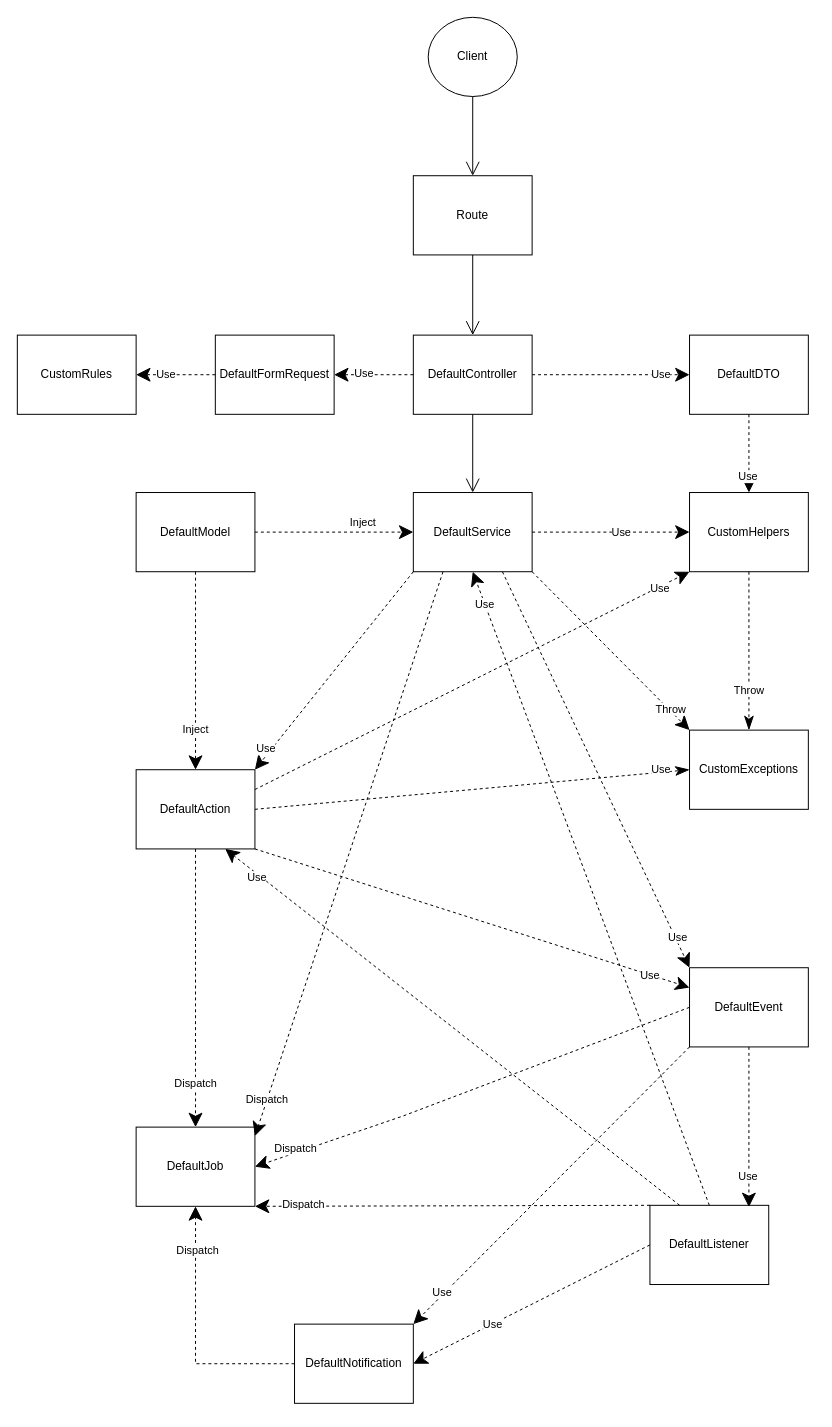
Before: structure-laravel.drawio in SilvioLucasDev/diagrams, a draw.io diagram. Source tidied: cells renumbered, new cells numbered last; positions are measured from the earlier drawing's top-left corner, leaving out a move shared by most shapes. Both pictures are drawn from the tidied source at 99%, with x=0, y=0 at pixel (17, 17).
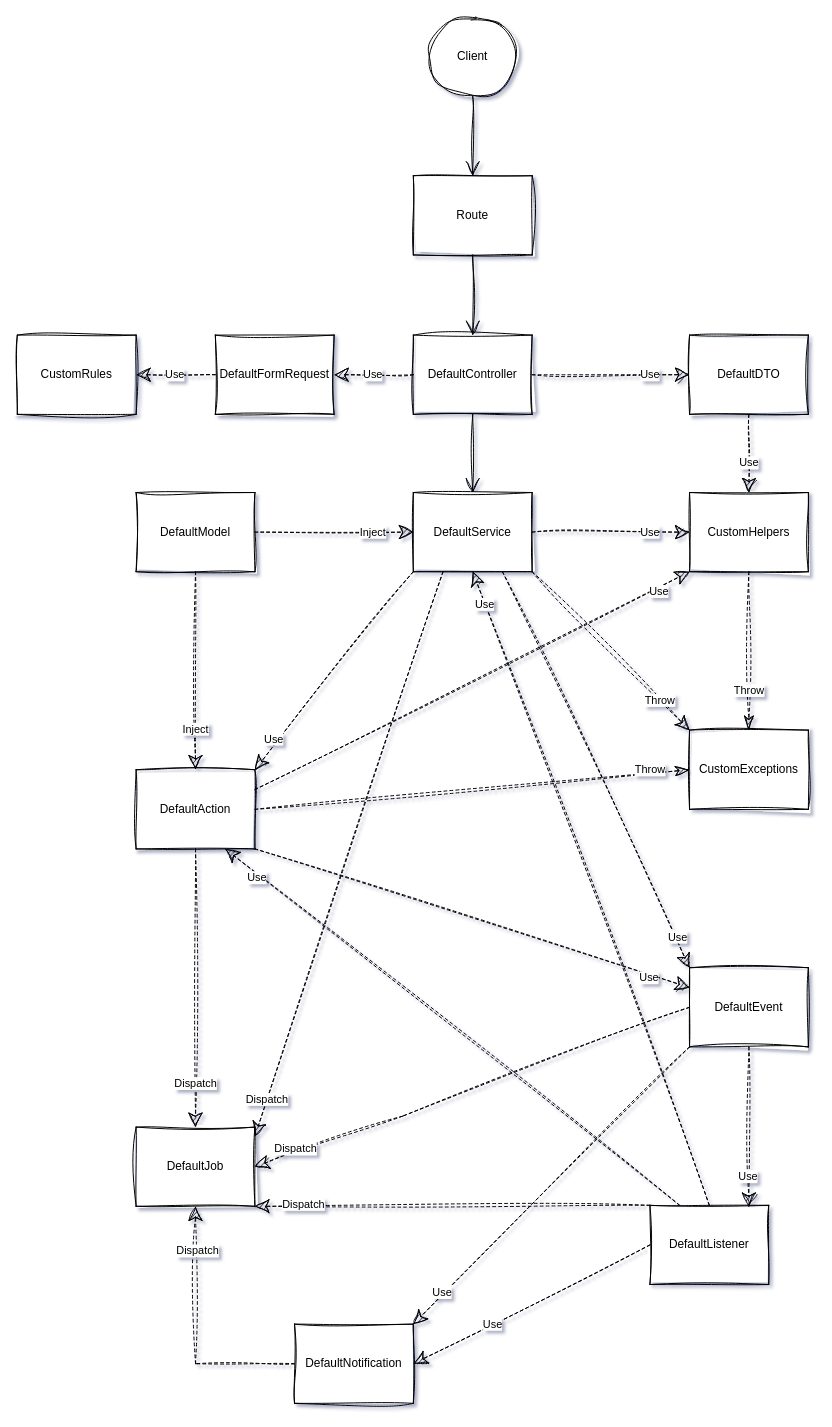
The same page after the edit.

The edit, as a diff of the source:
```diff
@@
-<mxGraphModel>
+<mxGraphModel shadow="1">
@@
-    <mxCell id="2" value="DefaultController" style="html=1;whiteSpace=wrap;" parent="1" vertex="1">
+    <mxCell id="2" value="DefaultController" style="html=1;whiteSpace=wrap;sketch=1;curveFitting=1;jiggle=2;" parent="1" vertex="1">
       <mxGeometry x="400" y="321" width="120" height="80" as="geometry" />
     </mxCell>
-    <mxCell id="3" value="DefaultFormRequest" style="html=1;whiteSpace=wrap;" parent="1" vertex="1">
+    <mxCell id="3" value="DefaultFormRequest" style="html=1;whiteSpace=wrap;sketch=1;curveFitting=1;jiggle=2;" parent="1" vertex="1">
       <mxGeometry x="200" y="321" width="120" height="80" as="geometry" />
     </mxCell>
-    <mxCell id="4" value="DefaultService" style="html=1;whiteSpace=wrap;" parent="1" vertex="1">
+    <mxCell id="4" value="DefaultService" style="html=1;whiteSpace=wrap;sketch=1;curveFitting=1;jiggle=2;" parent="1" vertex="1">
       <mxGeometry x="400" y="480" width="120" height="80" as="geometry" />
     </mxCell>
-    <mxCell id="5" value="DefaultDTO" style="html=1;whiteSpace=wrap;" parent="1" vertex="1">
+    <mxCell id="5" value="DefaultDTO" style="html=1;whiteSpace=wrap;sketch=1;curveFitting=1;jiggle=2;" parent="1" vertex="1">
       <mxGeometry x="679" y="321" width="120" height="80" as="geometry" />
     </mxCell>
-    <mxCell id="6" value="DefaultModel" style="html=1;whiteSpace=wrap;" parent="1" vertex="1">
+    <mxCell id="6" value="DefaultModel" style="html=1;whiteSpace=wrap;sketch=1;curveFitting=1;jiggle=2;" parent="1" vertex="1">
       <mxGeometry x="120" y="480" width="120" height="80" as="geometry" />
     </mxCell>
-    <mxCell id="7" value="DefaultAction" style="html=1;whiteSpace=wrap;" parent="1" vertex="1">
+    <mxCell id="7" value="DefaultAction" style="html=1;whiteSpace=wrap;sketch=1;curveFitting=1;jiggle=2;" parent="1" vertex="1">
       <mxGeometry x="120" y="760" width="120" height="80" as="geometry" />
     </mxCell>
-    <mxCell id="8" value="CustomHelpers" style="html=1;whiteSpace=wrap;" parent="1" vertex="1">
+    <mxCell id="8" value="CustomHelpers" style="html=1;whiteSpace=wrap;sketch=1;curveFitting=1;jiggle=2;" parent="1" vertex="1">
       <mxGeometry x="679" y="480" width="120" height="80" as="geometry" />
     </mxCell>
-    <mxCell id="9" value="CustomRules" style="html=1;whiteSpace=wrap;" parent="1" vertex="1">
+    <mxCell id="9" value="CustomRules" style="html=1;whiteSpace=wrap;sketch=1;curveFitting=1;jiggle=2;" parent="1" vertex="1">
       <mxGeometry y="321" width="120" height="80" as="geometry" />
     </mxCell>
-    <mxCell id="10" style="edgeStyle=orthogonalEdgeStyle;rounded=0;orthogonalLoop=1;jettySize=auto;html=1;exitX=0.5;exitY=1;exitDx=0;exitDy=0;" parent="1" edge="1" source="2" target="2">
+    <mxCell id="10" style="edgeStyle=orthogonalEdgeStyle;rounded=0;orthogonalLoop=1;jettySize=auto;html=1;exitX=0.5;exitY=1;exitDx=0;exitDy=0;sketch=1;curveFitting=1;jiggle=2;" parent="1" edge="1" source="2" target="2">
       <mxGeometry relative="1" as="geometry" />
     </mxCell>
-    <mxCell id="11" style="endArrow=open;endFill=1;endSize=12;html=1;rounded=0;exitX=0.5;exitY=1;exitDx=0;exitDy=0;entryX=0.5;entryY=0;entryDx=0;entryDy=0;" parent="1" edge="1" source="2" target="4">
+    <mxCell id="11" style="endArrow=open;endFill=1;endSize=12;html=1;rounded=0;exitX=0.5;exitY=1;exitDx=0;exitDy=0;entryX=0.5;entryY=0;entryDx=0;entryDy=0;sketch=1;curveFitting=1;jiggle=2;" parent="1" edge="1" source="2" target="4">
       <mxGeometry relative="1" as="geometry" />
     </mxCell>
-    <mxCell id="12" value="Client" style="ellipse;whiteSpace=wrap;html=1;" parent="1" vertex="1">
+    <mxCell id="12" value="Client" style="ellipse;whiteSpace=wrap;html=1;sketch=1;curveFitting=1;jiggle=2;" parent="1" vertex="1">
       <mxGeometry x="415" width="90" height="80" as="geometry" />
     </mxCell>
-    <mxCell id="13" style="endArrow=open;endFill=1;endSize=12;html=1;rounded=0;exitX=0.5;exitY=1;exitDx=0;exitDy=0;entryX=0.5;entryY=0;entryDx=0;entryDy=0;" parent="1" edge="1" source="12" target="38">
+    <mxCell id="13" style="endArrow=open;endFill=1;endSize=12;html=1;rounded=0;exitX=0.5;exitY=1;exitDx=0;exitDy=0;entryX=0.5;entryY=0;entryDx=0;entryDy=0;sketch=1;curveFitting=1;jiggle=2;" parent="1" edge="1" source="12" target="38">
       <mxGeometry relative="1" as="geometry" />
     </mxCell>
-    <mxCell id="14" value="CustomExceptions" style="html=1;whiteSpace=wrap;" parent="1" vertex="1">
+    <mxCell id="14" value="CustomExceptions" style="html=1;whiteSpace=wrap;sketch=1;curveFitting=1;jiggle=2;" parent="1" vertex="1">
       <mxGeometry x="679" y="720" width="120" height="80" as="geometry" />
     </mxCell>
-    <mxCell id="15" value="Throw" style="endArrow=classic;endSize=12;dashed=1;html=1;rounded=0;exitX=1;exitY=1;exitDx=0;exitDy=0;entryX=0;entryY=0;entryDx=0;entryDy=0;endFill=1;" parent="1" edge="1" source="4" target="14">
-      <mxGeometry x="0.75" y="1" relative="1" as="geometry" />
+    <mxCell id="15" value="Throw" style="endArrow=classic;endSize=12;dashed=1;html=1;rounded=0;exitX=1;exitY=1;exitDx=0;exitDy=0;entryX=0;entryY=0;entryDx=0;entryDy=0;endFill=1;sketch=1;curveFitting=1;jiggle=2;" parent="1" edge="1" source="4" target="14">
+      <mxGeometry x="0.62" relative="1" as="geometry" />
     </mxCell>
-    <mxCell id="16" value="Use" style="endArrow=classicThin;endSize=12;dashed=1;html=1;rounded=0;entryX=0;entryY=0.5;entryDx=0;entryDy=0;exitX=1;exitY=0.5;exitDx=0;exitDy=0;endFill=1;" parent="1" edge="1" source="7" target="14">
-      <mxGeometry x="0.87" y="3" relative="1" as="geometry" />
+    <mxCell id="16" value="Throw" style="endArrow=classicThin;endSize=12;dashed=1;html=1;rounded=0;entryX=0;entryY=0.5;entryDx=0;entryDy=0;exitX=1;exitY=0.5;exitDx=0;exitDy=0;endFill=1;sketch=1;curveFitting=1;jiggle=2;" parent="1" edge="1" source="7" target="14">
+      <mxGeometry x="0.82" y="4" relative="1" as="geometry" />
     </mxCell>
-    <mxCell id="17" value="Inject" style="endArrow=classic;endSize=12;dashed=1;html=1;rounded=0;entryX=0;entryY=0.5;entryDx=0;entryDy=0;endFill=1;exitX=1;exitY=0.5;exitDx=0;exitDy=0;" parent="1" edge="1" source="6" target="4">
-      <mxGeometry x="0.36" y="10" relative="1" as="geometry" />
+    <mxCell id="17" value="Inject" style="endArrow=classic;endSize=12;dashed=1;html=1;rounded=0;entryX=0;entryY=0.5;entryDx=0;entryDy=0;endFill=1;exitX=1;exitY=0.5;exitDx=0;exitDy=0;sketch=1;curveFitting=1;jiggle=2;" parent="1" edge="1" source="6" target="4">
+      <mxGeometry x="0.49" relative="1" as="geometry" />
     </mxCell>
-    <mxCell id="18" value="Inject" style="endArrow=classic;endSize=12;dashed=1;html=1;rounded=0;exitX=0.5;exitY=1;exitDx=0;exitDy=0;entryX=0.5;entryY=0;entryDx=0;entryDy=0;endFill=1;" parent="1" edge="1" source="6" target="7">
+    <mxCell id="18" value="Inject" style="endArrow=classic;endSize=12;dashed=1;html=1;rounded=0;exitX=0.5;exitY=1;exitDx=0;exitDy=0;entryX=0.5;entryY=0;entryDx=0;entryDy=0;endFill=1;sketch=1;curveFitting=1;jiggle=2;" parent="1" edge="1" source="6" target="7">
       <mxGeometry x="0.59" relative="1" as="geometry" />
     </mxCell>
-    <mxCell id="19" value="Use" style="endArrow=classic;endSize=12;dashed=1;html=1;rounded=0;exitX=0.5;exitY=1;exitDx=0;exitDy=0;endFill=1;" parent="1" edge="1" source="5" target="8">
-      <mxGeometry x="0.59" y="-1" relative="1" as="geometry" />
+    <mxCell id="19" value="Use" style="endArrow=classic;endSize=12;dashed=1;html=1;rounded=0;exitX=0.5;exitY=1;exitDx=0;exitDy=0;endFill=1;sketch=1;curveFitting=1;jiggle=2;" parent="1" edge="1" source="5" target="8">
+      <mxGeometry x="0.24" relative="1" as="geometry" />
     </mxCell>
-    <mxCell id="20" value="Use" style="endArrow=classic;endSize=12;dashed=1;html=1;rounded=0;exitX=1;exitY=0.5;exitDx=0;exitDy=0;endFill=1;" parent="1" edge="1" source="4" target="8">
-      <mxGeometry x="0.13" relative="1" as="geometry" />
+    <mxCell id="20" value="Use" style="endArrow=classic;endSize=12;dashed=1;html=1;rounded=0;exitX=1;exitY=0.5;exitDx=0;exitDy=0;endFill=1;sketch=1;curveFitting=1;jiggle=2;" parent="1" edge="1" source="4" target="8">
+      <mxGeometry x="0.5" relative="1" as="geometry" />
     </mxCell>
-    <mxCell id="21" value="Use" style="endArrow=classic;endSize=12;dashed=1;html=1;rounded=0;exitX=1;exitY=0.25;exitDx=0;exitDy=0;endFill=1;entryX=0;entryY=1;entryDx=0;entryDy=0;" parent="1" edge="1" source="7" target="8">
-      <mxGeometry x="0.86" y="-2" relative="1" as="geometry" />
+    <mxCell id="21" value="Use" style="endArrow=classic;endSize=12;dashed=1;html=1;rounded=0;exitX=1;exitY=0.25;exitDx=0;exitDy=0;endFill=1;entryX=0;entryY=1;entryDx=0;entryDy=0;sketch=1;curveFitting=1;jiggle=2;" parent="1" edge="1" source="7" target="8">
+      <mxGeometry x="0.85" y="-4" relative="1" as="geometry" />
     </mxCell>
-    <mxCell id="22" value="Use" style="endArrow=classic;endSize=12;dashed=1;html=1;rounded=0;exitX=1;exitY=0.5;exitDx=0;exitDy=0;endFill=1;entryX=0;entryY=0.5;entryDx=0;entryDy=0;" parent="1" edge="1" source="2" target="5">
-      <mxGeometry x="0.64" relative="1" as="geometry" />
+    <mxCell id="22" value="Use" style="endArrow=classic;endSize=12;dashed=1;html=1;rounded=0;exitX=1;exitY=0.5;exitDx=0;exitDy=0;endFill=1;entryX=0;entryY=0.5;entryDx=0;entryDy=0;sketch=1;curveFitting=1;jiggle=2;" parent="1" edge="1" source="2" target="5">
+      <mxGeometry x="0.5" relative="1" as="geometry" />
     </mxCell>
-    <mxCell id="23" value="DefaultEvent" style="html=1;whiteSpace=wrap;" parent="1" vertex="1">
+    <mxCell id="23" value="DefaultEvent" style="html=1;whiteSpace=wrap;sketch=1;curveFitting=1;jiggle=2;" parent="1" vertex="1">
       <mxGeometry x="679" y="960" width="120" height="80" as="geometry" />
     </mxCell>
-    <mxCell id="24" value="DefaultJob" style="html=1;whiteSpace=wrap;" parent="1" vertex="1">
+    <mxCell id="24" value="DefaultJob" style="html=1;whiteSpace=wrap;sketch=1;curveFitting=1;jiggle=2;" parent="1" vertex="1">
       <mxGeometry x="120" y="1121" width="120" height="80" as="geometry" />
     </mxCell>
-    <mxCell id="25" value="DefaultListener" style="html=1;whiteSpace=wrap;" parent="1" vertex="1">
+    <mxCell id="25" value="DefaultListener" style="html=1;whiteSpace=wrap;sketch=1;curveFitting=1;jiggle=2;" parent="1" vertex="1">
       <mxGeometry x="639" y="1200" width="120" height="80" as="geometry" />
     </mxCell>
-    <mxCell id="26" value="Use" style="endArrow=classic;endSize=12;dashed=1;html=1;rounded=0;exitX=0;exitY=1;exitDx=0;exitDy=0;endFill=1;entryX=1;entryY=0;entryDx=0;entryDy=0;" parent="1" edge="1" source="4" target="7">
-      <mxGeometry x="0.82" y="-5" relative="1" as="geometry" />
+    <mxCell id="26" value="Use" style="endArrow=classic;endSize=12;dashed=1;html=1;rounded=0;exitX=0;exitY=1;exitDx=0;exitDy=0;endFill=1;entryX=1;entryY=0;entryDx=0;entryDy=0;sketch=1;curveFitting=1;jiggle=2;" parent="1" edge="1" source="4" target="7">
+      <mxGeometry x="0.72" y="-4" relative="1" as="geometry" />
     </mxCell>
-    <mxCell id="27" value="Use" style="endArrow=classic;endSize=12;dashed=1;html=1;rounded=0;endFill=1;exitX=0.5;exitY=1;exitDx=0;exitDy=0;entryX=0.833;entryY=0.022;entryDx=0;entryDy=0;entryPerimeter=0;" parent="1" edge="1" source="23" target="25">
+    <mxCell id="27" value="Use" style="endArrow=classic;endSize=12;dashed=1;html=1;rounded=0;endFill=1;exitX=0.5;exitY=1;exitDx=0;exitDy=0;entryX=0.833;entryY=0.022;entryDx=0;entryDy=0;entryPerimeter=0;sketch=1;curveFitting=1;jiggle=2;" parent="1" edge="1" source="23" target="25">
       <mxGeometry x="0.62" y="-1" relative="1" as="geometry" />
     </mxCell>
-    <mxCell id="28" value="Dispatch" style="endArrow=classic;endSize=12;dashed=1;html=1;rounded=0;endFill=1;exitX=0;exitY=0;exitDx=0;exitDy=0;entryX=1;entryY=1;entryDx=0;entryDy=0;" parent="1" edge="1" source="25" target="24">
+    <mxCell id="28" value="Dispatch" style="endArrow=classic;endSize=12;dashed=1;html=1;rounded=0;endFill=1;exitX=0;exitY=0;exitDx=0;exitDy=0;entryX=1;entryY=1;entryDx=0;entryDy=0;sketch=1;curveFitting=1;jiggle=2;" parent="1" edge="1" source="25" target="24">
       <mxGeometry x="0.76" y="-2" relative="1" as="geometry">
         <mxPoint x="1" as="offset" />
       </mxGeometry>
     </mxCell>
-    <mxCell id="29" value="Dispatch" style="endArrow=classic;endSize=12;dashed=1;html=1;rounded=0;endFill=1;entryX=1;entryY=0.114;entryDx=0;entryDy=0;exitX=0.25;exitY=1;exitDx=0;exitDy=0;entryPerimeter=0;" parent="1" edge="1" source="4" target="24">
+    <mxCell id="29" value="Dispatch" style="endArrow=classic;endSize=12;dashed=1;html=1;rounded=0;endFill=1;entryX=1;entryY=0.114;entryDx=0;entryDy=0;exitX=0.25;exitY=1;exitDx=0;exitDy=0;entryPerimeter=0;sketch=1;curveFitting=1;jiggle=2;" parent="1" edge="1" source="4" target="24">
       <mxGeometry x="0.87" y="-1" relative="1" as="geometry">
         <mxPoint x="1" as="offset" />
       </mxGeometry>
     </mxCell>
-    <mxCell id="30" value="Dispatch" style="endArrow=classic;endSize=12;dashed=1;html=1;rounded=0;endFill=1;exitX=0;exitY=0.5;exitDx=0;exitDy=0;entryX=1;entryY=0.5;entryDx=0;entryDy=0;" parent="1" edge="1" source="23" target="24">
+    <mxCell id="30" value="Dispatch" style="endArrow=classic;endSize=12;dashed=1;html=1;rounded=0;endFill=1;exitX=0;exitY=0.5;exitDx=0;exitDy=0;entryX=1;entryY=0.5;entryDx=0;entryDy=0;sketch=1;curveFitting=1;jiggle=2;" parent="1" edge="1" source="23" target="24">
       <mxGeometry x="0.81" y="-4" relative="1" as="geometry">
         <Array as="points">
           <mxPoint x="389" y="1110" />
         </Array>
       </mxGeometry>
     </mxCell>
-    <mxCell id="31" value="Dispatch" style="endArrow=classic;endSize=12;dashed=1;html=1;rounded=0;endFill=1;exitX=0.5;exitY=1;exitDx=0;exitDy=0;entryX=0.5;entryY=0;entryDx=0;entryDy=0;" parent="1" edge="1" source="7" target="24">
+    <mxCell id="31" value="Dispatch" style="endArrow=classic;endSize=12;dashed=1;html=1;rounded=0;endFill=1;exitX=0.5;exitY=1;exitDx=0;exitDy=0;entryX=0.5;entryY=0;entryDx=0;entryDy=0;sketch=1;curveFitting=1;jiggle=2;" parent="1" edge="1" source="7" target="24">
       <mxGeometry x="0.69" relative="1" as="geometry" />
     </mxCell>
-    <mxCell id="32" value="Use" style="endArrow=classic;endSize=12;dashed=1;html=1;rounded=0;endFill=1;entryX=0;entryY=0.25;entryDx=0;entryDy=0;exitX=1;exitY=1;exitDx=0;exitDy=0;" parent="1" edge="1" source="7" target="23">
-      <mxGeometry x="0.82" y="-1" relative="1" as="geometry" />
+    <mxCell id="32" value="Use" style="endArrow=classic;endSize=12;dashed=1;html=1;rounded=0;endFill=1;entryX=0;entryY=0.25;entryDx=0;entryDy=0;exitX=1;exitY=1;exitDx=0;exitDy=0;sketch=1;curveFitting=1;jiggle=2;" parent="1" edge="1" source="7" target="23">
+      <mxGeometry x="0.82" y="-3" relative="1" as="geometry" />
     </mxCell>
-    <mxCell id="33" value="DefaultNotification" style="html=1;whiteSpace=wrap;" parent="1" vertex="1">
+    <mxCell id="33" value="DefaultNotification" style="html=1;whiteSpace=wrap;sketch=1;curveFitting=1;jiggle=2;" parent="1" vertex="1">
       <mxGeometry x="280" y="1320" width="120" height="80" as="geometry" />
     </mxCell>
-    <mxCell id="34" value="Use" style="endArrow=classic;endSize=12;dashed=1;html=1;rounded=0;endFill=1;exitX=0;exitY=0.5;exitDx=0;exitDy=0;entryX=1;entryY=0.5;entryDx=0;entryDy=0;" parent="1" edge="1" source="25" target="33">
+    <mxCell id="34" value="Use" style="endArrow=classic;endSize=12;dashed=1;html=1;rounded=0;endFill=1;exitX=0;exitY=0.5;exitDx=0;exitDy=0;entryX=1;entryY=0.5;entryDx=0;entryDy=0;sketch=1;curveFitting=1;jiggle=2;" parent="1" edge="1" source="25" target="33">
       <mxGeometry x="0.33" relative="1" as="geometry" />
     </mxCell>
-    <mxCell id="35" value="Dispatch" style="endArrow=classic;endSize=12;dashed=1;html=1;rounded=0;endFill=1;entryX=0.5;entryY=1;entryDx=0;entryDy=0;exitX=0;exitY=0.5;exitDx=0;exitDy=0;" parent="1" edge="1" source="33" target="24">
+    <mxCell id="35" value="Dispatch" style="endArrow=classic;endSize=12;dashed=1;html=1;rounded=0;endFill=1;entryX=0.5;entryY=1;entryDx=0;entryDy=0;exitX=0;exitY=0.5;exitDx=0;exitDy=0;sketch=1;curveFitting=1;jiggle=2;" parent="1" edge="1" source="33" target="24">
       <mxGeometry x="0.65" y="-2" relative="1" as="geometry">
         <Array as="points">
           <mxPoint x="180" y="1360" />
         </Array>
       </mxGeometry>
     </mxCell>
-    <mxCell id="36" value="Use" style="endArrow=classic;endSize=12;dashed=1;html=1;rounded=0;endFill=1;exitX=0;exitY=0.5;exitDx=0;exitDy=0;entryX=1;entryY=0.5;entryDx=0;entryDy=0;" parent="1" edge="1" source="3" target="9">
-      <mxGeometry x="0.25" relative="1" as="geometry" />
+    <mxCell id="36" value="Use" style="endArrow=classic;endSize=12;dashed=1;html=1;rounded=0;endFill=1;exitX=0;exitY=0.5;exitDx=0;exitDy=0;entryX=1;entryY=0.5;entryDx=0;entryDy=0;sketch=1;curveFitting=1;jiggle=2;" parent="1" edge="1" source="3" target="9">
+      <mxGeometry x="0.03" relative="1" as="geometry" />
     </mxCell>
-    <mxCell id="37" value="Throw" style="endArrow=classicThin;endSize=12;dashed=1;html=1;rounded=0;entryX=0.5;entryY=0;entryDx=0;entryDy=0;exitX=0.5;exitY=1;exitDx=0;exitDy=0;endFill=1;" parent="1" edge="1" source="8" target="14">
+    <mxCell id="37" value="Throw" style="endArrow=classicThin;endSize=12;dashed=1;html=1;rounded=0;entryX=0.5;entryY=0;entryDx=0;entryDy=0;exitX=0.5;exitY=1;exitDx=0;exitDy=0;endFill=1;sketch=1;curveFitting=1;jiggle=2;" parent="1" edge="1" source="8" target="14">
       <mxGeometry x="0.5" relative="1" as="geometry" />
     </mxCell>
-    <mxCell id="38" value="Route" style="html=1;whiteSpace=wrap;" parent="1" vertex="1">
+    <mxCell id="38" value="Route" style="html=1;whiteSpace=wrap;sketch=1;curveFitting=1;jiggle=2;" parent="1" vertex="1">
       <mxGeometry x="400" y="160" width="120" height="80" as="geometry" />
     </mxCell>
-    <mxCell id="39" value="Use" style="endArrow=classic;endSize=12;dashed=1;html=1;rounded=0;exitX=0;exitY=0.5;exitDx=0;exitDy=0;endFill=1;entryX=1;entryY=0.5;entryDx=0;entryDy=0;" parent="1" edge="1" source="2" target="3">
-      <mxGeometry x="0.25" y="-1" relative="1" as="geometry" />
+    <mxCell id="39" value="Use" style="endArrow=classic;endSize=12;dashed=1;html=1;rounded=0;exitX=0;exitY=0.5;exitDx=0;exitDy=0;endFill=1;entryX=1;entryY=0.5;entryDx=0;entryDy=0;sketch=1;curveFitting=1;jiggle=2;" parent="1" edge="1" source="2" target="3">
+      <mxGeometry x="0.03" relative="1" as="geometry" />
     </mxCell>
-    <mxCell id="40" style="endArrow=open;endFill=1;endSize=12;html=1;rounded=0;exitX=0.5;exitY=1;exitDx=0;exitDy=0;entryX=0.5;entryY=0;entryDx=0;entryDy=0;" parent="1" edge="1" source="38" target="2">
+    <mxCell id="40" style="endArrow=open;endFill=1;endSize=12;html=1;rounded=0;exitX=0.5;exitY=1;exitDx=0;exitDy=0;entryX=0.5;entryY=0;entryDx=0;entryDy=0;sketch=1;curveFitting=1;jiggle=2;" parent="1" edge="1" source="38" target="2">
       <mxGeometry relative="1" as="geometry" />
     </mxCell>
-    <mxCell id="41" value="Use" style="endArrow=classic;endSize=12;dashed=1;html=1;rounded=0;endFill=1;entryX=0;entryY=0;entryDx=0;entryDy=0;exitX=0.75;exitY=1;exitDx=0;exitDy=0;" parent="1" edge="1" source="4" target="23">
+    <mxCell id="41" value="Use" style="endArrow=classic;endSize=12;dashed=1;html=1;rounded=0;endFill=1;entryX=0;entryY=0;entryDx=0;entryDy=0;exitX=0.75;exitY=1;exitDx=0;exitDy=0;sketch=1;curveFitting=1;jiggle=2;" parent="1" edge="1" source="4" target="23">
       <mxGeometry x="0.85" y="2" relative="1" as="geometry" />
     </mxCell>
-    <mxCell id="42" value="Use" style="endArrow=classic;endSize=12;dashed=1;html=1;rounded=0;endFill=1;entryX=0.75;entryY=1;entryDx=0;entryDy=0;exitX=0.25;exitY=0;exitDx=0;exitDy=0;" parent="1" edge="1" source="25" target="7">
+    <mxCell id="42" value="Use" style="endArrow=classic;endSize=12;dashed=1;html=1;rounded=0;endFill=1;entryX=0.75;entryY=1;entryDx=0;entryDy=0;exitX=0.25;exitY=0;exitDx=0;exitDy=0;sketch=1;curveFitting=1;jiggle=2;" parent="1" edge="1" source="25" target="7">
       <mxGeometry x="0.85" y="4" relative="1" as="geometry">
         <mxPoint y="-1" as="offset" />
       </mxGeometry>
     </mxCell>
-    <mxCell id="43" value="Use" style="endArrow=classic;endSize=12;dashed=1;html=1;rounded=0;endFill=1;entryX=0.5;entryY=1;entryDx=0;entryDy=0;exitX=0.5;exitY=0;exitDx=0;exitDy=0;" parent="1" edge="1" source="25" target="4">
+    <mxCell id="43" value="Use" style="endArrow=classic;endSize=12;dashed=1;html=1;rounded=0;endFill=1;entryX=0.5;entryY=1;entryDx=0;entryDy=0;exitX=0.5;exitY=0;exitDx=0;exitDy=0;sketch=1;curveFitting=1;jiggle=2;" parent="1" edge="1" source="25" target="4">
       <mxGeometry x="0.9" relative="1" as="geometry">
         <mxPoint y="1" as="offset" />
       </mxGeometry>
     </mxCell>
-    <mxCell id="44" value="Use" style="endArrow=classic;endSize=12;dashed=1;html=1;rounded=0;endFill=1;entryX=1;entryY=0;entryDx=0;entryDy=0;exitX=0;exitY=1;exitDx=0;exitDy=0;" parent="1" edge="1" source="23" target="33">
+    <mxCell id="44" value="Use" style="endArrow=classic;endSize=12;dashed=1;html=1;rounded=0;endFill=1;entryX=1;entryY=0;entryDx=0;entryDy=0;exitX=0;exitY=1;exitDx=0;exitDy=0;sketch=1;curveFitting=1;jiggle=2;" parent="1" edge="1" source="23" target="33">
       <mxGeometry x="0.78" y="-2" relative="1" as="geometry" />
     </mxCell>
```
